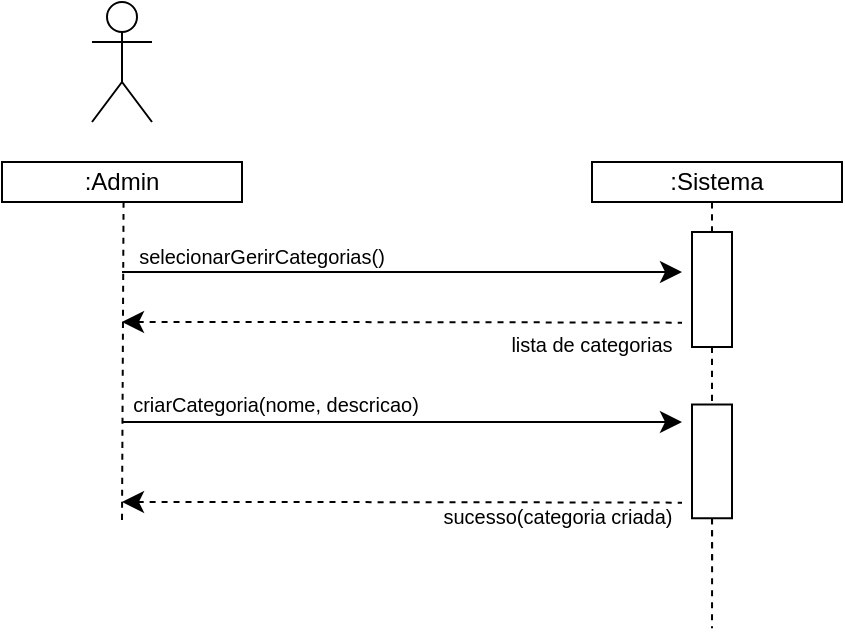
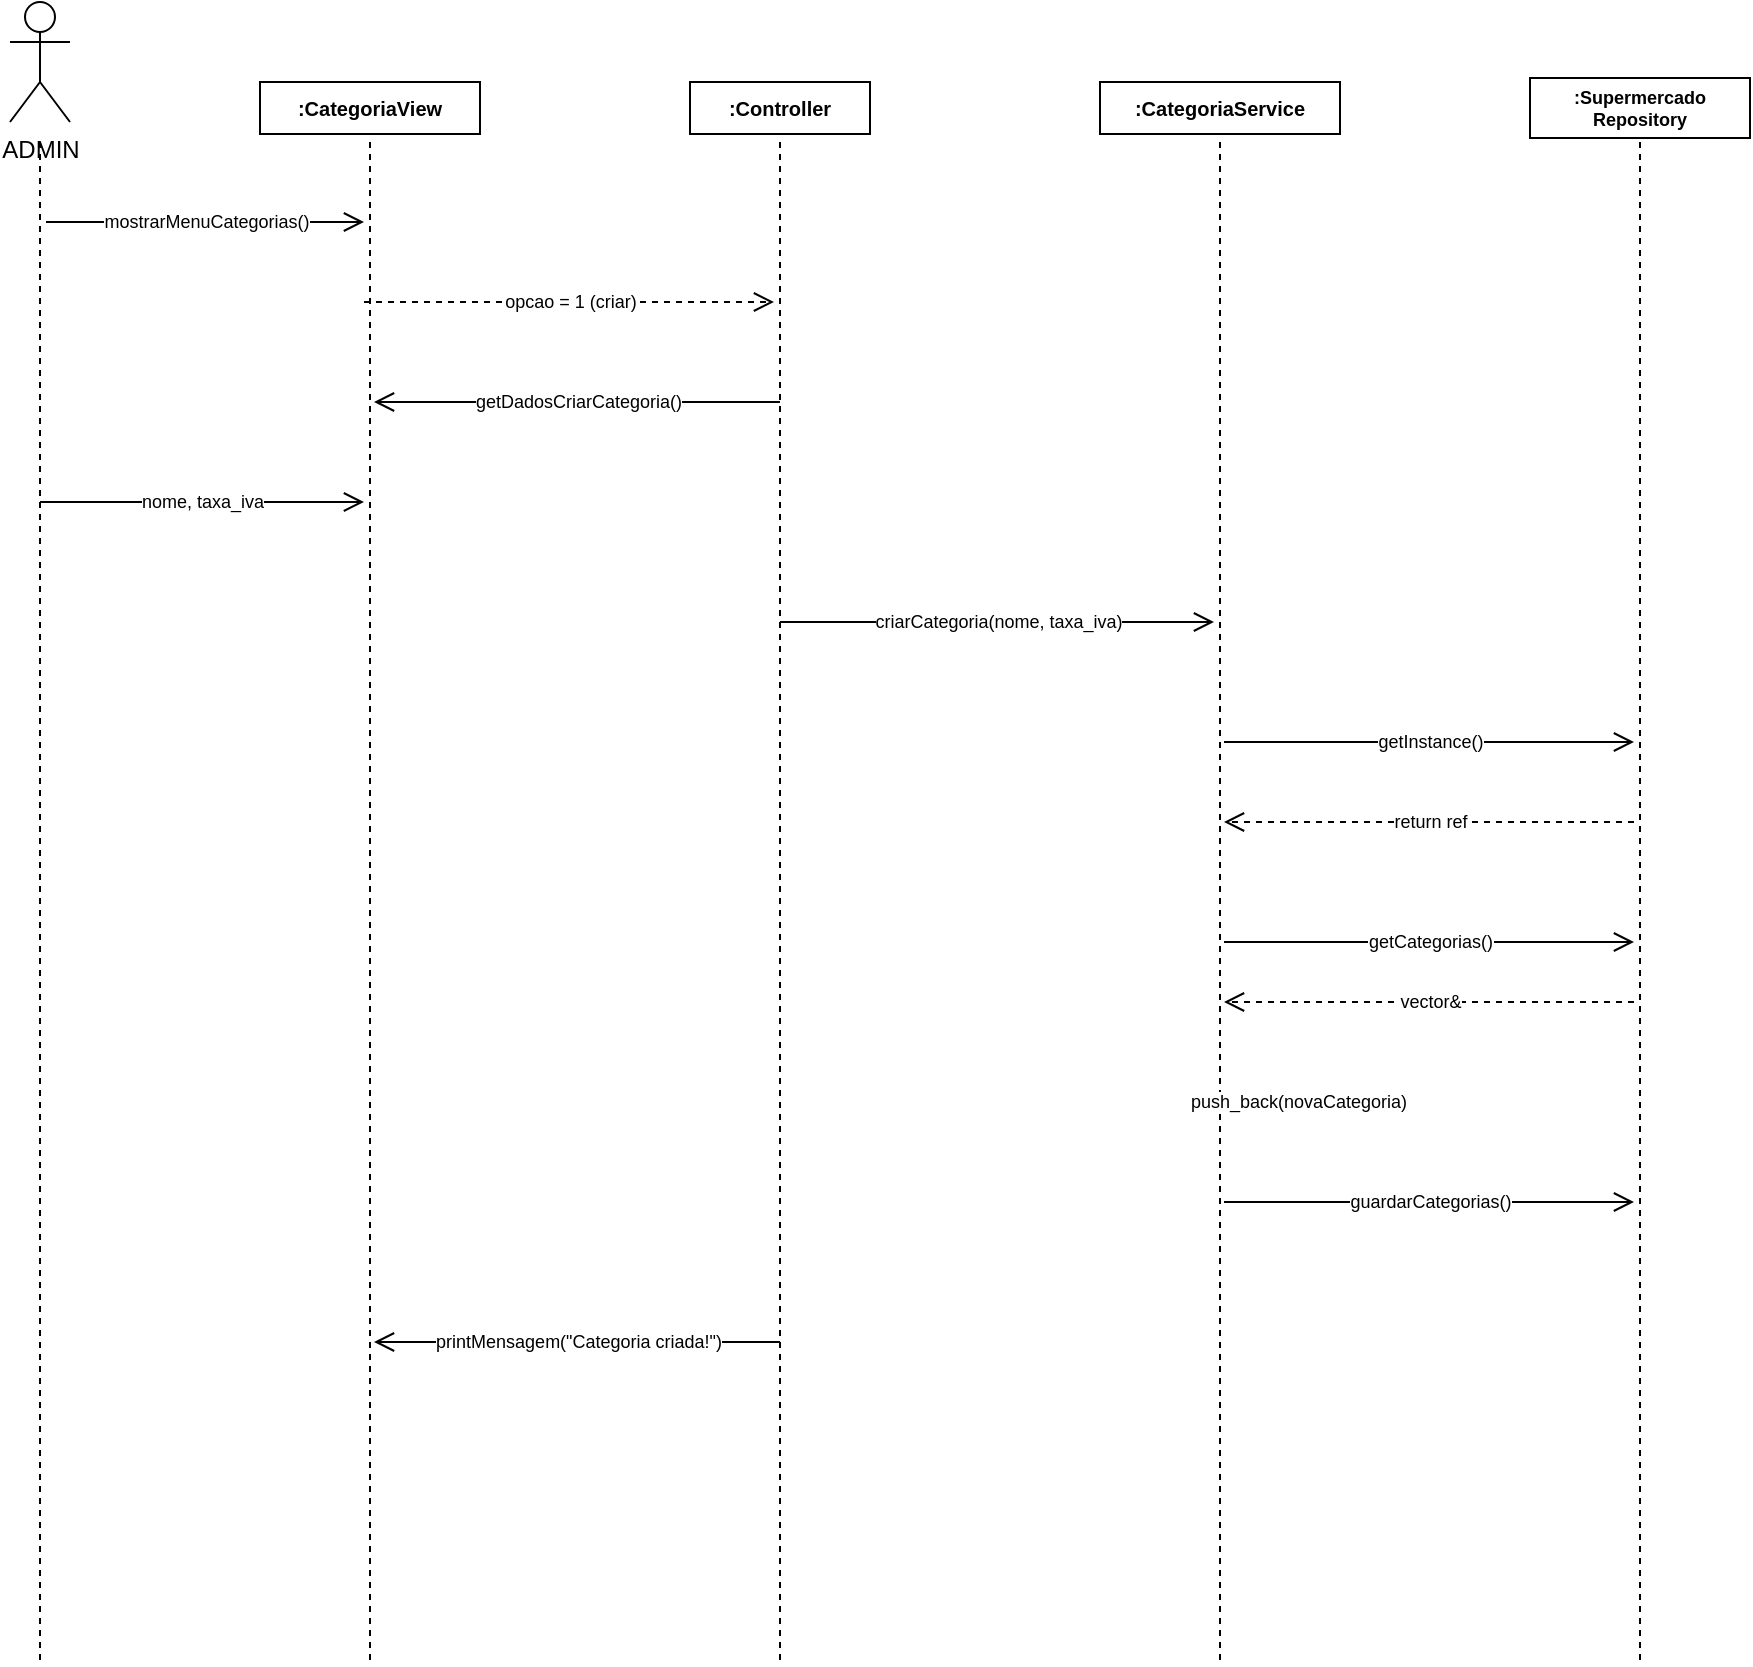
<mxfile host="app.diagrams.net">
-   <diagram name="Page-1" id="gLzY6KWBv10CbBK-cKQt">
-     <mxGraphModel dx="787" dy="367" grid="1" gridSize="10" guides="1" tooltips="1" connect="1" arrows="1" fold="1" page="1" pageScale="1" pageWidth="850" pageHeight="1100" math="0" shadow="0">
+   <diagram name="UC07-GerirCategorias" id="uc07_seq">
+     <mxGraphModel dx="1200" dy="900" grid="1" gridSize="10" guides="1" tooltips="1" connect="1" arrows="1" fold="1" page="1" pageScale="1" pageWidth="1050" pageHeight="900" math="0" shadow="0">
      <root>
        <mxCell id="0" />
        <mxCell id="1" parent="0" />
-         <mxCell id="dupzYkKquYSHnxmJmB-P-13" edge="1" parent="1" style="edgeStyle=none;curved=1;rounded=0;orthogonalLoop=1;jettySize=auto;html=1;fontSize=12;startSize=8;endSize=8;">
-           <mxGeometry relative="1" as="geometry">
-             <mxPoint x="180" y="195" as="sourcePoint" />
-             <mxPoint x="460" y="195" as="targetPoint" />
+ 
+         <mxCell id="actor" parent="1" style="shape=umlActor;verticalLabelPosition=bottom;verticalAlign=top;html=1;outlineConnect=0;" value="ADMIN" vertex="1">
+           <mxGeometry height="60" width="30" x="40" y="30" as="geometry" />
+         </mxCell>
+         <mxCell id="life_actor" parent="1" style="endArrow=none;html=1;dashed=1;strokeWidth=1;" edge="1">
+           <mxGeometry height="760" width="2" relative="1" as="geometry">
+             <mxPoint x="55" y="100" as="sourcePoint" />
+             <mxPoint x="55" y="860" as="targetPoint" />
          </mxGeometry>
        </mxCell>
-         <mxCell id="dupzYkKquYSHnxmJmB-P-14" parent="1" style="text;html=1;whiteSpace=wrap;strokeColor=none;fillColor=none;align=center;verticalAlign=middle;rounded=0;fontSize=16;" value="&lt;font style=&quot;font-size: 10px;&quot;&gt;selecionarGerirCategorias()&lt;/font&gt;" vertex="1">
-           <mxGeometry height="30" width="160" x="170" y="170" as="geometry" />
+ 
+         <mxCell id="cv_header" parent="1" style="rounded=0;whiteSpace=wrap;html=1;fontStyle=1;fontSize=10;" value=":CategoriaView" vertex="1">
+           <mxGeometry height="26" width="110" x="165" y="70" as="geometry" />
        </mxCell>
-         <mxCell id="dupzYkKquYSHnxmJmB-P-15" edge="1" parent="1" style="edgeStyle=none;curved=1;rounded=0;orthogonalLoop=1;jettySize=auto;html=1;fontSize=12;startSize=8;endSize=8;startArrow=classic;startFill=1;endArrow=none;endFill=0;dashed=1;">
-           <mxGeometry relative="1" as="geometry">
-             <Array as="points">
-               <mxPoint x="320" y="220" />
-             </Array>
-             <mxPoint x="180" y="220" as="sourcePoint" />
-             <mxPoint x="460" y="220.33000000000004" as="targetPoint" />
+         <mxCell id="life_cv" parent="1" style="endArrow=none;html=1;dashed=1;strokeWidth=1;" edge="1">
+           <mxGeometry height="760" width="2" relative="1" as="geometry">
+             <mxPoint x="220" y="100" as="sourcePoint" />
+             <mxPoint x="220" y="860" as="targetPoint" />
          </mxGeometry>
        </mxCell>
-         <mxCell id="dupzYkKquYSHnxmJmB-P-22" edge="1" parent="1" source="dupzYkKquYSHnxmJmB-P-21" style="edgeStyle=none;curved=1;rounded=0;orthogonalLoop=1;jettySize=auto;html=1;entryX=0.5;entryY=1;entryDx=0;entryDy=0;fontSize=12;startSize=8;endSize=8;endArrow=none;endFill=0;dashed=1;">
-           <mxGeometry relative="1" as="geometry">
-             <mxPoint x="475" y="160" as="targetPoint" />
+ 
+         <mxCell id="ctrl_header" parent="1" style="rounded=0;whiteSpace=wrap;html=1;fontStyle=1;fontSize=10;" value=":Controller" vertex="1">
+           <mxGeometry height="26" width="90" x="380" y="70" as="geometry" />
+         </mxCell>
+         <mxCell id="life_ctrl" parent="1" style="endArrow=none;html=1;dashed=1;strokeWidth=1;" edge="1">
+           <mxGeometry height="760" width="2" relative="1" as="geometry">
+             <mxPoint x="425" y="100" as="sourcePoint" />
+             <mxPoint x="425" y="860" as="targetPoint" />
          </mxGeometry>
        </mxCell>
-         <mxCell id="dupzYkKquYSHnxmJmB-P-33" edge="1" parent="1" source="dupzYkKquYSHnxmJmB-P-21" style="edgeStyle=none;curved=1;rounded=0;orthogonalLoop=1;jettySize=auto;html=1;exitX=1;exitY=0.5;exitDx=0;exitDy=0;entryX=0;entryY=0.5;entryDx=0;entryDy=0;fontSize=12;startSize=8;endSize=8;dashed=1;endArrow=none;endFill=0;">
-           <mxGeometry relative="1" as="geometry">
-             <mxPoint x="475" y="255" as="targetPoint" />
+ 
+         <mxCell id="cs_header" parent="1" style="rounded=0;whiteSpace=wrap;html=1;fontStyle=1;fontSize=10;" value=":CategoriaService" vertex="1">
+           <mxGeometry height="26" width="120" x="585" y="70" as="geometry" />
+         </mxCell>
+         <mxCell id="life_cs" parent="1" style="endArrow=none;html=1;dashed=1;strokeWidth=1;" edge="1">
+           <mxGeometry height="760" width="2" relative="1" as="geometry">
+             <mxPoint x="645" y="100" as="sourcePoint" />
+             <mxPoint x="645" y="860" as="targetPoint" />
          </mxGeometry>
        </mxCell>
-         <mxCell id="dupzYkKquYSHnxmJmB-P-21" parent="1" style="rounded=0;whiteSpace=wrap;html=1;rotation=90;" value="" vertex="1">
-           <mxGeometry height="20" width="57.5" x="446.25" y="193.75" as="geometry" />
+ 
+         <mxCell id="repo_header" parent="1" style="rounded=0;whiteSpace=wrap;html=1;fontStyle=1;fontSize=9;" value=":Supermercado&#xa;Repository" vertex="1">
+           <mxGeometry height="30" width="110" x="800" y="68" as="geometry" />
        </mxCell>
-         <mxCell id="dupzYkKquYSHnxmJmB-P-23" edge="1" parent="1" style="edgeStyle=none;orthogonalLoop=1;jettySize=auto;html=1;rounded=0;fontSize=12;startSize=8;endSize=8;curved=1;endArrow=none;endFill=0;dashed=1;" value="">
-           <mxGeometry relative="1" width="140" as="geometry">
-             <Array as="points" />
-             <mxPoint x="180.78" y="160" as="sourcePoint" />
-             <mxPoint x="180" y="320" as="targetPoint" />
+         <mxCell id="life_repo" parent="1" style="endArrow=none;html=1;dashed=1;strokeWidth=1;" edge="1">
+           <mxGeometry height="760" width="2" relative="1" as="geometry">
+             <mxPoint x="855" y="100" as="sourcePoint" />
+             <mxPoint x="855" y="860" as="targetPoint" />
          </mxGeometry>
        </mxCell>
-         <mxCell id="Ey4ZoZCtD9a0uIFWcwvA-1" parent="1" style="shape=umlActor;verticalLabelPosition=bottom;verticalAlign=top;html=1;outlineConnect=0;" value="" vertex="1">
-           <mxGeometry height="60" width="30" x="165" y="60" as="geometry" />
-         </mxCell>
-         <mxCell id="cTFjGEk_i5BCWLA3OZg6-15" parent="1" style="text;html=1;whiteSpace=wrap;strokeColor=none;fillColor=none;align=center;verticalAlign=middle;rounded=0;fontSize=16;" value="&lt;font style=&quot;font-size: 10px;&quot;&gt;lista de categorias&lt;/font&gt;" vertex="1">
-           <mxGeometry height="30" width="90" x="370" y="213.75" as="geometry" />
-         </mxCell>
-         <mxCell id="cTFjGEk_i5BCWLA3OZg6-17" edge="1" parent="1" source="dupzYkKquYSHnxmJmB-P-21" style="edgeStyle=none;orthogonalLoop=1;jettySize=auto;html=1;rounded=0;fontSize=12;startSize=8;endSize=8;curved=1;endArrow=none;endFill=0;dashed=1;exitX=1;exitY=0.5;exitDx=0;exitDy=0;" value="">
-           <mxGeometry relative="1" width="140" as="geometry">
-             <Array as="points" />
-             <mxPoint x="474.67" y="280" as="sourcePoint" />
-             <mxPoint x="475" y="260" as="targetPoint" />
+ 
+         <mxCell id="msg1" parent="1" style="endArrow=open;html=1;fontSize=9;endSize=8;" value="mostrarMenuCategorias()" edge="1">
+           <mxGeometry width="2" relative="1" as="geometry">
+             <mxPoint x="58" y="140" as="sourcePoint" />
+             <mxPoint x="217" y="140" as="targetPoint" />
          </mxGeometry>
        </mxCell>
-         <mxCell id="cTFjGEk_i5BCWLA3OZg6-20" parent="1" style="text;html=1;whiteSpace=wrap;strokeColor=none;fillColor=none;align=center;verticalAlign=middle;rounded=0;fontSize=16;" value="&lt;font style=&quot;font-size: 10px;&quot;&gt;criarCategoria(nome, descricao)&lt;/font&gt;" vertex="1">
-           <mxGeometry height="30" width="151.87" x="181.26" y="243.75" as="geometry" />
-         </mxCell>
-         <mxCell id="cTFjGEk_i5BCWLA3OZg6-25" edge="1" parent="1" source="cTFjGEk_i5BCWLA3OZg6-22" style="edgeStyle=orthogonalEdgeStyle;rounded=0;orthogonalLoop=1;jettySize=auto;html=1;exitX=1;exitY=0.5;exitDx=0;exitDy=0;dashed=1;endArrow=none;endFill=0;">
-           <mxGeometry relative="1" as="geometry">
-             <mxPoint x="475.06130063965884" y="341.25" as="targetPoint" />
+ 
+         <mxCell id="msg2" parent="1" style="endArrow=open;html=1;fontSize=9;dashed=1;endSize=8;" value="opcao = 1 (criar)" edge="1">
+           <mxGeometry width="2" relative="1" as="geometry">
+             <mxPoint x="217" y="180" as="sourcePoint" />
+             <mxPoint x="422" y="180" as="targetPoint" />
          </mxGeometry>
        </mxCell>
-         <mxCell id="cTFjGEk_i5BCWLA3OZg6-45" edge="1" parent="1" source="cTFjGEk_i5BCWLA3OZg6-22" style="edgeStyle=orthogonalEdgeStyle;rounded=0;orthogonalLoop=1;jettySize=auto;html=1;exitX=1;exitY=0.5;exitDx=0;exitDy=0;">
-           <mxGeometry relative="1" as="geometry">
-             <mxPoint x="475.33333333333337" y="319" as="targetPoint" />
+ 
+         <mxCell id="msg3" parent="1" style="endArrow=open;html=1;fontSize=9;endSize=8;" value="getDadosCriarCategoria()" edge="1">
+           <mxGeometry width="2" relative="1" as="geometry">
+             <mxPoint x="425" y="230" as="sourcePoint" />
+             <mxPoint x="222" y="230" as="targetPoint" />
          </mxGeometry>
        </mxCell>
-         <mxCell id="cTFjGEk_i5BCWLA3OZg6-48" edge="1" parent="1" source="cTFjGEk_i5BCWLA3OZg6-22" style="edgeStyle=orthogonalEdgeStyle;rounded=0;orthogonalLoop=1;jettySize=auto;html=1;dashed=1;endArrow=none;endFill=0;" value="">
-           <mxGeometry relative="1" as="geometry">
-             <mxPoint x="475" y="373.13" as="targetPoint" />
+ 
+         <mxCell id="msg4" parent="1" style="endArrow=open;html=1;fontSize=9;endSize=8;" value="nome, taxa_iva" edge="1">
+           <mxGeometry width="2" relative="1" as="geometry">
+             <mxPoint x="55" y="280" as="sourcePoint" />
+             <mxPoint x="217" y="280" as="targetPoint" />
          </mxGeometry>
        </mxCell>
-         <mxCell id="cTFjGEk_i5BCWLA3OZg6-22" parent="1" style="rounded=0;whiteSpace=wrap;html=1;rotation=90;" value="" vertex="1">
-           <mxGeometry height="20" width="56.87" x="446.57" y="279.69" as="geometry" />
-         </mxCell>
-         <mxCell id="cTFjGEk_i5BCWLA3OZg6-28" edge="1" parent="1" style="edgeStyle=none;curved=1;rounded=0;orthogonalLoop=1;jettySize=auto;html=1;fontSize=12;startSize=8;endSize=8;">
-           <mxGeometry relative="1" as="geometry">
-             <mxPoint x="180" y="270" as="sourcePoint" />
-             <mxPoint x="460" y="270" as="targetPoint" />
+ 
+         <mxCell id="msg5" parent="1" style="endArrow=open;html=1;fontSize=9;endSize=8;" value="criarCategoria(nome, taxa_iva)" edge="1">
+           <mxGeometry width="2" relative="1" as="geometry">
+             <mxPoint x="425" y="340" as="sourcePoint" />
+             <mxPoint x="642" y="340" as="targetPoint" />
          </mxGeometry>
        </mxCell>
-         <mxCell id="cTFjGEk_i5BCWLA3OZg6-29" edge="1" parent="1" style="edgeStyle=none;curved=1;rounded=0;orthogonalLoop=1;jettySize=auto;html=1;fontSize=12;startSize=8;endSize=8;startArrow=classic;startFill=1;endArrow=none;endFill=0;dashed=1;">
-           <mxGeometry relative="1" as="geometry">
-             <Array as="points">
-               <mxPoint x="320" y="310" />
-             </Array>
-             <mxPoint x="180" y="310" as="sourcePoint" />
-             <mxPoint x="460" y="310.33000000000004" as="targetPoint" />
+ 
+         <mxCell id="msg6" parent="1" style="endArrow=open;html=1;fontSize=9;endSize=8;" value="getInstance()" edge="1">
+           <mxGeometry width="2" relative="1" as="geometry">
+             <mxPoint x="647" y="400" as="sourcePoint" />
+             <mxPoint x="852" y="400" as="targetPoint" />
          </mxGeometry>
        </mxCell>
-         <mxCell id="cTFjGEk_i5BCWLA3OZg6-50" parent="1" style="text;html=1;whiteSpace=wrap;strokeColor=none;fillColor=none;align=center;verticalAlign=middle;rounded=0;fontSize=16;" value="&lt;font style=&quot;font-size: 10px;&quot;&gt;sucesso(categoria criada)&lt;/font&gt;" vertex="1">
-           <mxGeometry height="30" width="123.75" x="336.25" y="299.69" as="geometry" />
+ 
+         <mxCell id="msg6b" parent="1" style="endArrow=open;html=1;fontSize=9;dashed=1;endSize=8;" value="return ref" edge="1">
+           <mxGeometry width="2" relative="1" as="geometry">
+             <mxPoint x="852" y="440" as="sourcePoint" />
+             <mxPoint x="647" y="440" as="targetPoint" />
+           </mxGeometry>
        </mxCell>
-         <mxCell id="Vh2DQVbCusAqENvrIqT8-1" parent="1" style="rounded=0;whiteSpace=wrap;html=1;" value=":Sistema" vertex="1">
-           <mxGeometry height="20" width="125" x="415" y="140" as="geometry" />
+ 
+         <mxCell id="msg7" parent="1" style="endArrow=open;html=1;fontSize=9;endSize=8;" value="getCategorias()" edge="1">
+           <mxGeometry width="2" relative="1" as="geometry">
+             <mxPoint x="647" y="500" as="sourcePoint" />
+             <mxPoint x="852" y="500" as="targetPoint" />
+           </mxGeometry>
        </mxCell>
-         <mxCell id="Vh2DQVbCusAqENvrIqT8-2" parent="1" style="rounded=0;whiteSpace=wrap;html=1;" value=":Admin" vertex="1">
-           <mxGeometry height="20" width="120" x="120" y="140" as="geometry" />
+ 
+         <mxCell id="msg7b" parent="1" style="endArrow=open;html=1;fontSize=9;dashed=1;endSize=8;" value="vector&lt;Categoria&gt;&amp;" edge="1">
+           <mxGeometry width="2" relative="1" as="geometry">
+             <mxPoint x="852" y="530" as="sourcePoint" />
+             <mxPoint x="647" y="530" as="targetPoint" />
+           </mxGeometry>
+         </mxCell>
+ 
+         <mxCell id="msg8" parent="1" style="endArrow=open;html=1;fontSize=9;endSize=8;" value="push_back(novaCategoria)" edge="1">
+           <mxGeometry width="2" relative="1" as="geometry">
+             <mxPoint x="647" y="580" as="sourcePoint" />
+             <mxPoint x="720" y="580" as="targetPoint" />
+           </mxGeometry>
+         </mxCell>
+ 
+         <mxCell id="msg9" parent="1" style="endArrow=open;html=1;fontSize=9;endSize=8;" value="guardarCategorias()" edge="1">
+           <mxGeometry width="2" relative="1" as="geometry">
+             <mxPoint x="647" y="630" as="sourcePoint" />
+             <mxPoint x="852" y="630" as="targetPoint" />
+           </mxGeometry>
+         </mxCell>
+ 
+         <mxCell id="msg10" parent="1" style="endArrow=open;html=1;fontSize=9;endSize=8;" value="printMensagem(&quot;Categoria criada!&quot;)" edge="1">
+           <mxGeometry width="2" relative="1" as="geometry">
+             <mxPoint x="425" y="700" as="sourcePoint" />
+             <mxPoint x="222" y="700" as="targetPoint" />
+           </mxGeometry>
        </mxCell>
      </root>
    </mxGraphModel>
  </diagram>
</mxfile>
